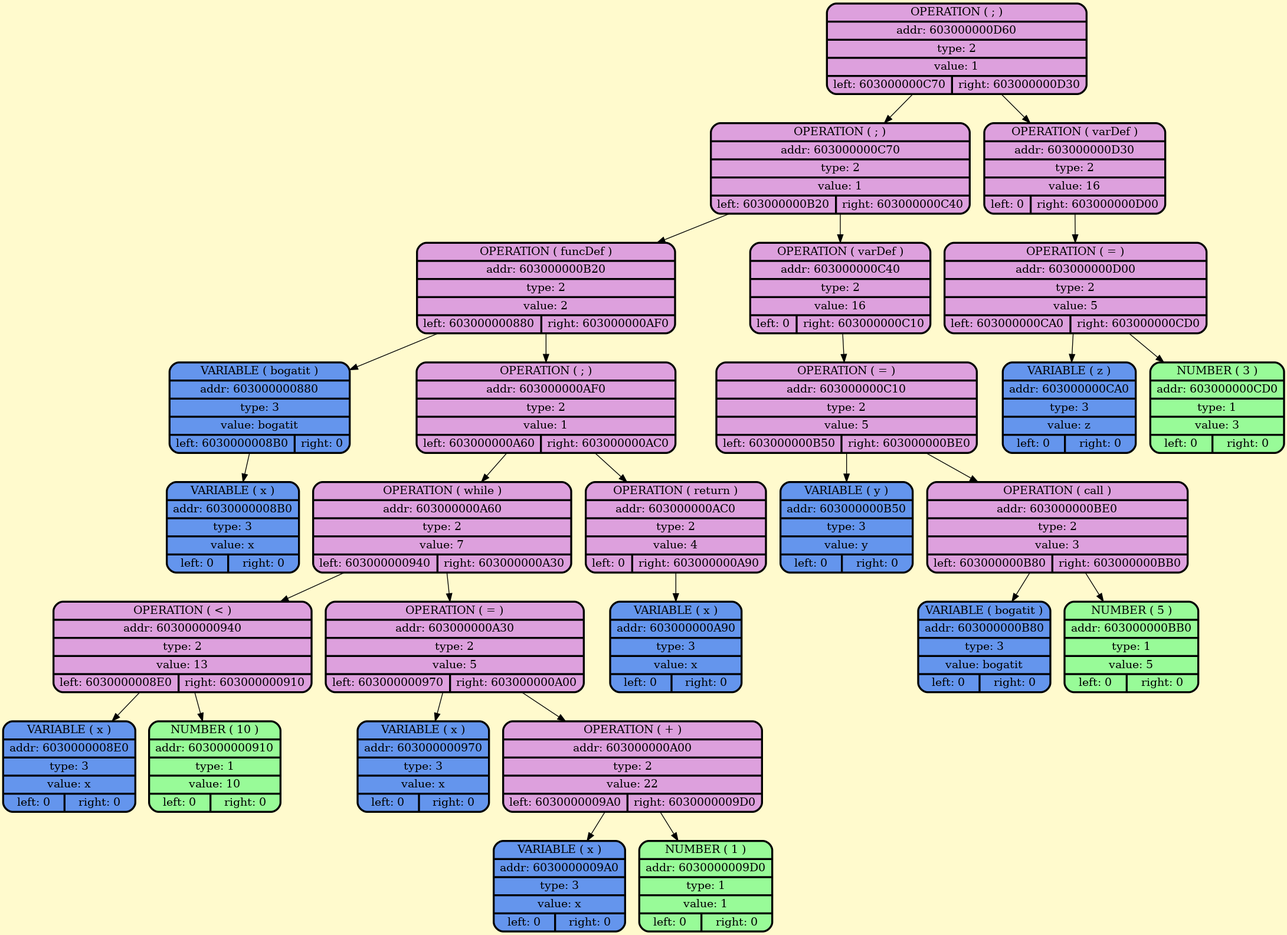
BulgakovDmitry/myLanguage keeps this Graphviz diagram as frontend/graphDump/dumpGraph.png. Above is the earlier version. Its source is kept beside it as frontend/graphDump/dumpGraph.gv. The source it was exported from:
```dot
digraph G {
    node [style=filled, fontcolor=darkblue, fillcolor=peachpuff, color="#252A34", penwidth=2.5];
    bgcolor="lemonchiffon";

node_0x603000000d60 [shape=Mrecord; style = filled; fillcolor=plum; color = "#000000"; fontcolor = "#000000";label=" {OPERATION ( ; ) | addr: 603000000D60 | type: 2 | value: 1 | {left: 603000000C70 | right: 603000000D30}} "];
node_0x603000000c70 [shape=Mrecord; style = filled; fillcolor=plum; color = "#000000"; fontcolor = "#000000";label=" {OPERATION ( ; ) | addr: 603000000C70 | type: 2 | value: 1 | {left: 603000000B20 | right: 603000000C40}} "];
node_0x603000000b20 [shape=Mrecord; style = filled; fillcolor=plum; color = "#000000"; fontcolor = "#000000";label=" {OPERATION ( funcDef ) | addr: 603000000B20 | type: 2 | value: 2 | {left: 603000000880 | right: 603000000AF0}} "];
    node_0x603000000880 [shape=Mrecord; style = filled; fillcolor = cornflowerblue; color = "#000000"; fontcolor = "#000000";  label="  {VARIABLE ( bogatit )| addr: 603000000880 | type: 3| value: bogatit | {left: 6030000008B0 | right: 0}} "];
    node_0x6030000008b0 [shape=Mrecord; style = filled; fillcolor = cornflowerblue; color = "#000000"; fontcolor = "#000000";  label="  {VARIABLE ( x )| addr: 6030000008B0 | type: 3| value: x | {left: 0 | right: 0}} "];
node_0x603000000af0 [shape=Mrecord; style = filled; fillcolor=plum; color = "#000000"; fontcolor = "#000000";label=" {OPERATION ( ; ) | addr: 603000000AF0 | type: 2 | value: 1 | {left: 603000000A60 | right: 603000000AC0}} "];
node_0x603000000a60 [shape=Mrecord; style = filled; fillcolor=plum; color = "#000000"; fontcolor = "#000000";label=" {OPERATION ( while ) | addr: 603000000A60 | type: 2 | value: 7 | {left: 603000000940 | right: 603000000A30}} "];
node_0x603000000940 [shape=Mrecord; style = filled; fillcolor=plum; color = "#000000"; fontcolor = "#000000";label=" {OPERATION ( \< ) | addr: 603000000940 | type: 2 | value: 13 | {left: 6030000008E0 | right: 603000000910}} "];
    node_0x6030000008e0 [shape=Mrecord; style = filled; fillcolor = cornflowerblue; color = "#000000"; fontcolor = "#000000";  label="  {VARIABLE ( x )| addr: 6030000008E0 | type: 3| value: x | {left: 0 | right: 0}} "];
    node_0x603000000910 [shape=Mrecord; style = filled; fillcolor = palegreen; color = "#000000"; fontcolor = "#000000";  label="  {NUMBER ( 10 )| addr: 603000000910 | type: 1| value: 10 | {left: 0 | right: 0}} "];
node_0x603000000a30 [shape=Mrecord; style = filled; fillcolor=plum; color = "#000000"; fontcolor = "#000000";label=" {OPERATION ( = ) | addr: 603000000A30 | type: 2 | value: 5 | {left: 603000000970 | right: 603000000A00}} "];
    node_0x603000000970 [shape=Mrecord; style = filled; fillcolor = cornflowerblue; color = "#000000"; fontcolor = "#000000";  label="  {VARIABLE ( x )| addr: 603000000970 | type: 3| value: x | {left: 0 | right: 0}} "];
node_0x603000000a00 [shape=Mrecord; style = filled; fillcolor=plum; color = "#000000"; fontcolor = "#000000";label=" {OPERATION ( + ) | addr: 603000000A00 | type: 2 | value: 22 | {left: 6030000009A0 | right: 6030000009D0}} "];
    node_0x6030000009a0 [shape=Mrecord; style = filled; fillcolor = cornflowerblue; color = "#000000"; fontcolor = "#000000";  label="  {VARIABLE ( x )| addr: 6030000009A0 | type: 3| value: x | {left: 0 | right: 0}} "];
    node_0x6030000009d0 [shape=Mrecord; style = filled; fillcolor = palegreen; color = "#000000"; fontcolor = "#000000";  label="  {NUMBER ( 1 )| addr: 6030000009D0 | type: 1| value: 1 | {left: 0 | right: 0}} "];
node_0x603000000ac0 [shape=Mrecord; style = filled; fillcolor=plum; color = "#000000"; fontcolor = "#000000";label=" {OPERATION ( return ) | addr: 603000000AC0 | type: 2 | value: 4 | {left: 0 | right: 603000000A90}} "];
    node_0x603000000a90 [shape=Mrecord; style = filled; fillcolor = cornflowerblue; color = "#000000"; fontcolor = "#000000";  label="  {VARIABLE ( x )| addr: 603000000A90 | type: 3| value: x | {left: 0 | right: 0}} "];
node_0x603000000c40 [shape=Mrecord; style = filled; fillcolor=plum; color = "#000000"; fontcolor = "#000000";label=" {OPERATION ( varDef ) | addr: 603000000C40 | type: 2 | value: 16 | {left: 0 | right: 603000000C10}} "];
node_0x603000000c10 [shape=Mrecord; style = filled; fillcolor=plum; color = "#000000"; fontcolor = "#000000";label=" {OPERATION ( = ) | addr: 603000000C10 | type: 2 | value: 5 | {left: 603000000B50 | right: 603000000BE0}} "];
    node_0x603000000b50 [shape=Mrecord; style = filled; fillcolor = cornflowerblue; color = "#000000"; fontcolor = "#000000";  label="  {VARIABLE ( y )| addr: 603000000B50 | type: 3| value: y | {left: 0 | right: 0}} "];
node_0x603000000be0 [shape=Mrecord; style = filled; fillcolor=plum; color = "#000000"; fontcolor = "#000000";label=" {OPERATION ( call ) | addr: 603000000BE0 | type: 2 | value: 3 | {left: 603000000B80 | right: 603000000BB0}} "];
    node_0x603000000b80 [shape=Mrecord; style = filled; fillcolor = cornflowerblue; color = "#000000"; fontcolor = "#000000";  label="  {VARIABLE ( bogatit )| addr: 603000000B80 | type: 3| value: bogatit | {left: 0 | right: 0}} "];
    node_0x603000000bb0 [shape=Mrecord; style = filled; fillcolor = palegreen; color = "#000000"; fontcolor = "#000000";  label="  {NUMBER ( 5 )| addr: 603000000BB0 | type: 1| value: 5 | {left: 0 | right: 0}} "];
node_0x603000000d30 [shape=Mrecord; style = filled; fillcolor=plum; color = "#000000"; fontcolor = "#000000";label=" {OPERATION ( varDef ) | addr: 603000000D30 | type: 2 | value: 16 | {left: 0 | right: 603000000D00}} "];
node_0x603000000d00 [shape=Mrecord; style = filled; fillcolor=plum; color = "#000000"; fontcolor = "#000000";label=" {OPERATION ( = ) | addr: 603000000D00 | type: 2 | value: 5 | {left: 603000000CA0 | right: 603000000CD0}} "];
    node_0x603000000ca0 [shape=Mrecord; style = filled; fillcolor = cornflowerblue; color = "#000000"; fontcolor = "#000000";  label="  {VARIABLE ( z )| addr: 603000000CA0 | type: 3| value: z | {left: 0 | right: 0}} "];
    node_0x603000000cd0 [shape=Mrecord; style = filled; fillcolor = palegreen; color = "#000000"; fontcolor = "#000000";  label="  {NUMBER ( 3 )| addr: 603000000CD0 | type: 1| value: 3 | {left: 0 | right: 0}} "];
    node_0x603000000d60 -> node_0x603000000c70;
    node_0x603000000c70 -> node_0x603000000b20;
    node_0x603000000b20 -> node_0x603000000880;
    node_0x603000000880 -> node_0x6030000008b0;
    node_0x603000000b20 -> node_0x603000000af0;
    node_0x603000000af0 -> node_0x603000000a60;
    node_0x603000000a60 -> node_0x603000000940;
    node_0x603000000940 -> node_0x6030000008e0;
    node_0x603000000940 -> node_0x603000000910;
    node_0x603000000a60 -> node_0x603000000a30;
    node_0x603000000a30 -> node_0x603000000970;
    node_0x603000000a30 -> node_0x603000000a00;
    node_0x603000000a00 -> node_0x6030000009a0;
    node_0x603000000a00 -> node_0x6030000009d0;
    node_0x603000000af0 -> node_0x603000000ac0;
    node_0x603000000ac0 -> node_0x603000000a90;
    node_0x603000000c70 -> node_0x603000000c40;
    node_0x603000000c40 -> node_0x603000000c10;
    node_0x603000000c10 -> node_0x603000000b50;
    node_0x603000000c10 -> node_0x603000000be0;
    node_0x603000000be0 -> node_0x603000000b80;
    node_0x603000000be0 -> node_0x603000000bb0;
    node_0x603000000d60 -> node_0x603000000d30;
    node_0x603000000d30 -> node_0x603000000d00;
    node_0x603000000d00 -> node_0x603000000ca0;
    node_0x603000000d00 -> node_0x603000000cd0;
}
```
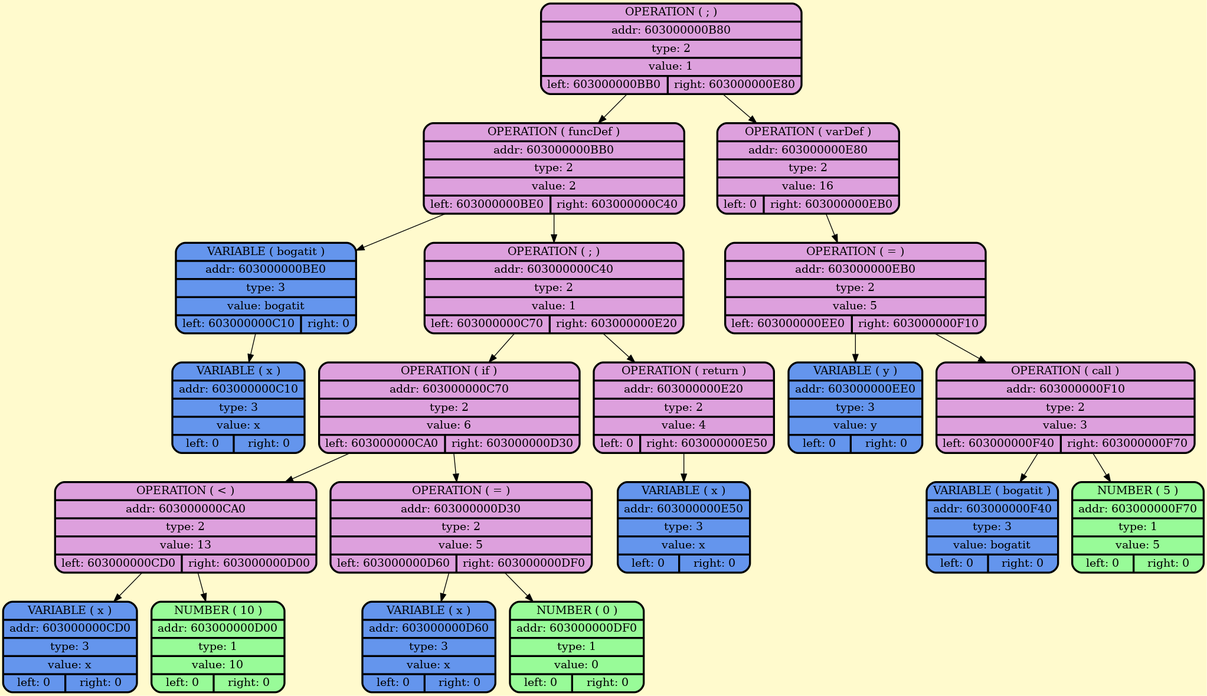
After the change.

Diff of the diagram source:
```diff
@@ -2,57 +2,43 @@
     node [style=filled, fontcolor=darkblue, fillcolor=peachpuff, color="#252A34", penwidth=2.5];
     bgcolor="lemonchiffon";
 
-node_0x603000000d60 [shape=Mrecord; style = filled; fillcolor=plum; color = "#000000"; fontcolor = "#000000";label=" {OPERATION ( ; ) | addr: 603000000D60 | type: 2 | value: 1 | {left: 603000000C70 | right: 603000000D30}} "];
-node_0x603000000c70 [shape=Mrecord; style = filled; fillcolor=plum; color = "#000000"; fontcolor = "#000000";label=" {OPERATION ( ; ) | addr: 603000000C70 | type: 2 | value: 1 | {left: 603000000B20 | right: 603000000C40}} "];
-node_0x603000000b20 [shape=Mrecord; style = filled; fillcolor=plum; color = "#000000"; fontcolor = "#000000";label=" {OPERATION ( funcDef ) | addr: 603000000B20 | type: 2 | value: 2 | {left: 603000000880 | right: 603000000AF0}} "];
-    node_0x603000000880 [shape=Mrecord; style = filled; fillcolor = cornflowerblue; color = "#000000"; fontcolor = "#000000";  label="  {VARIABLE ( bogatit )| addr: 603000000880 | type: 3| value: bogatit | {left: 6030000008B0 | right: 0}} "];
-    node_0x6030000008b0 [shape=Mrecord; style = filled; fillcolor = cornflowerblue; color = "#000000"; fontcolor = "#000000";  label="  {VARIABLE ( x )| addr: 6030000008B0 | type: 3| value: x | {left: 0 | right: 0}} "];
-node_0x603000000af0 [shape=Mrecord; style = filled; fillcolor=plum; color = "#000000"; fontcolor = "#000000";label=" {OPERATION ( ; ) | addr: 603000000AF0 | type: 2 | value: 1 | {left: 603000000A60 | right: 603000000AC0}} "];
-node_0x603000000a60 [shape=Mrecord; style = filled; fillcolor=plum; color = "#000000"; fontcolor = "#000000";label=" {OPERATION ( while ) | addr: 603000000A60 | type: 2 | value: 7 | {left: 603000000940 | right: 603000000A30}} "];
-node_0x603000000940 [shape=Mrecord; style = filled; fillcolor=plum; color = "#000000"; fontcolor = "#000000";label=" {OPERATION ( \< ) | addr: 603000000940 | type: 2 | value: 13 | {left: 6030000008E0 | right: 603000000910}} "];
-    node_0x6030000008e0 [shape=Mrecord; style = filled; fillcolor = cornflowerblue; color = "#000000"; fontcolor = "#000000";  label="  {VARIABLE ( x )| addr: 6030000008E0 | type: 3| value: x | {left: 0 | right: 0}} "];
-    node_0x603000000910 [shape=Mrecord; style = filled; fillcolor = palegreen; color = "#000000"; fontcolor = "#000000";  label="  {NUMBER ( 10 )| addr: 603000000910 | type: 1| value: 10 | {left: 0 | right: 0}} "];
-node_0x603000000a30 [shape=Mrecord; style = filled; fillcolor=plum; color = "#000000"; fontcolor = "#000000";label=" {OPERATION ( = ) | addr: 603000000A30 | type: 2 | value: 5 | {left: 603000000970 | right: 603000000A00}} "];
-    node_0x603000000970 [shape=Mrecord; style = filled; fillcolor = cornflowerblue; color = "#000000"; fontcolor = "#000000";  label="  {VARIABLE ( x )| addr: 603000000970 | type: 3| value: x | {left: 0 | right: 0}} "];
-node_0x603000000a00 [shape=Mrecord; style = filled; fillcolor=plum; color = "#000000"; fontcolor = "#000000";label=" {OPERATION ( + ) | addr: 603000000A00 | type: 2 | value: 22 | {left: 6030000009A0 | right: 6030000009D0}} "];
-    node_0x6030000009a0 [shape=Mrecord; style = filled; fillcolor = cornflowerblue; color = "#000000"; fontcolor = "#000000";  label="  {VARIABLE ( x )| addr: 6030000009A0 | type: 3| value: x | {left: 0 | right: 0}} "];
-    node_0x6030000009d0 [shape=Mrecord; style = filled; fillcolor = palegreen; color = "#000000"; fontcolor = "#000000";  label="  {NUMBER ( 1 )| addr: 6030000009D0 | type: 1| value: 1 | {left: 0 | right: 0}} "];
-node_0x603000000ac0 [shape=Mrecord; style = filled; fillcolor=plum; color = "#000000"; fontcolor = "#000000";label=" {OPERATION ( return ) | addr: 603000000AC0 | type: 2 | value: 4 | {left: 0 | right: 603000000A90}} "];
-    node_0x603000000a90 [shape=Mrecord; style = filled; fillcolor = cornflowerblue; color = "#000000"; fontcolor = "#000000";  label="  {VARIABLE ( x )| addr: 603000000A90 | type: 3| value: x | {left: 0 | right: 0}} "];
-node_0x603000000c40 [shape=Mrecord; style = filled; fillcolor=plum; color = "#000000"; fontcolor = "#000000";label=" {OPERATION ( varDef ) | addr: 603000000C40 | type: 2 | value: 16 | {left: 0 | right: 603000000C10}} "];
-node_0x603000000c10 [shape=Mrecord; style = filled; fillcolor=plum; color = "#000000"; fontcolor = "#000000";label=" {OPERATION ( = ) | addr: 603000000C10 | type: 2 | value: 5 | {left: 603000000B50 | right: 603000000BE0}} "];
-    node_0x603000000b50 [shape=Mrecord; style = filled; fillcolor = cornflowerblue; color = "#000000"; fontcolor = "#000000";  label="  {VARIABLE ( y )| addr: 603000000B50 | type: 3| value: y | {left: 0 | right: 0}} "];
-node_0x603000000be0 [shape=Mrecord; style = filled; fillcolor=plum; color = "#000000"; fontcolor = "#000000";label=" {OPERATION ( call ) | addr: 603000000BE0 | type: 2 | value: 3 | {left: 603000000B80 | right: 603000000BB0}} "];
-    node_0x603000000b80 [shape=Mrecord; style = filled; fillcolor = cornflowerblue; color = "#000000"; fontcolor = "#000000";  label="  {VARIABLE ( bogatit )| addr: 603000000B80 | type: 3| value: bogatit | {left: 0 | right: 0}} "];
-    node_0x603000000bb0 [shape=Mrecord; style = filled; fillcolor = palegreen; color = "#000000"; fontcolor = "#000000";  label="  {NUMBER ( 5 )| addr: 603000000BB0 | type: 1| value: 5 | {left: 0 | right: 0}} "];
-node_0x603000000d30 [shape=Mrecord; style = filled; fillcolor=plum; color = "#000000"; fontcolor = "#000000";label=" {OPERATION ( varDef ) | addr: 603000000D30 | type: 2 | value: 16 | {left: 0 | right: 603000000D00}} "];
-node_0x603000000d00 [shape=Mrecord; style = filled; fillcolor=plum; color = "#000000"; fontcolor = "#000000";label=" {OPERATION ( = ) | addr: 603000000D00 | type: 2 | value: 5 | {left: 603000000CA0 | right: 603000000CD0}} "];
-    node_0x603000000ca0 [shape=Mrecord; style = filled; fillcolor = cornflowerblue; color = "#000000"; fontcolor = "#000000";  label="  {VARIABLE ( z )| addr: 603000000CA0 | type: 3| value: z | {left: 0 | right: 0}} "];
-    node_0x603000000cd0 [shape=Mrecord; style = filled; fillcolor = palegreen; color = "#000000"; fontcolor = "#000000";  label="  {NUMBER ( 3 )| addr: 603000000CD0 | type: 1| value: 3 | {left: 0 | right: 0}} "];
-    node_0x603000000d60 -> node_0x603000000c70;
-    node_0x603000000c70 -> node_0x603000000b20;
-    node_0x603000000b20 -> node_0x603000000880;
-    node_0x603000000880 -> node_0x6030000008b0;
-    node_0x603000000b20 -> node_0x603000000af0;
-    node_0x603000000af0 -> node_0x603000000a60;
-    node_0x603000000a60 -> node_0x603000000940;
-    node_0x603000000940 -> node_0x6030000008e0;
-    node_0x603000000940 -> node_0x603000000910;
-    node_0x603000000a60 -> node_0x603000000a30;
-    node_0x603000000a30 -> node_0x603000000970;
-    node_0x603000000a30 -> node_0x603000000a00;
-    node_0x603000000a00 -> node_0x6030000009a0;
-    node_0x603000000a00 -> node_0x6030000009d0;
-    node_0x603000000af0 -> node_0x603000000ac0;
-    node_0x603000000ac0 -> node_0x603000000a90;
-    node_0x603000000c70 -> node_0x603000000c40;
-    node_0x603000000c40 -> node_0x603000000c10;
-    node_0x603000000c10 -> node_0x603000000b50;
-    node_0x603000000c10 -> node_0x603000000be0;
-    node_0x603000000be0 -> node_0x603000000b80;
-    node_0x603000000be0 -> node_0x603000000bb0;
-    node_0x603000000d60 -> node_0x603000000d30;
-    node_0x603000000d30 -> node_0x603000000d00;
-    node_0x603000000d00 -> node_0x603000000ca0;
-    node_0x603000000d00 -> node_0x603000000cd0;
+node_0x603000000b80 [shape=Mrecord; style = filled; fillcolor=plum; color = "#000000"; fontcolor = "#000000";label=" {OPERATION ( ; ) | addr: 603000000B80 | type: 2 | value: 1 | {left: 603000000BB0 | right: 603000000E80}} "];
+node_0x603000000bb0 [shape=Mrecord; style = filled; fillcolor=plum; color = "#000000"; fontcolor = "#000000";label=" {OPERATION ( funcDef ) | addr: 603000000BB0 | type: 2 | value: 2 | {left: 603000000BE0 | right: 603000000C40}} "];
+    node_0x603000000be0 [shape=Mrecord; style = filled; fillcolor = cornflowerblue; color = "#000000"; fontcolor = "#000000";  label="  {VARIABLE ( bogatit )| addr: 603000000BE0 | type: 3| value: bogatit | {left: 603000000C10 | right: 0}} "];
+    node_0x603000000c10 [shape=Mrecord; style = filled; fillcolor = cornflowerblue; color = "#000000"; fontcolor = "#000000";  label="  {VARIABLE ( x )| addr: 603000000C10 | type: 3| value: x | {left: 0 | right: 0}} "];
+node_0x603000000c40 [shape=Mrecord; style = filled; fillcolor=plum; color = "#000000"; fontcolor = "#000000";label=" {OPERATION ( ; ) | addr: 603000000C40 | type: 2 | value: 1 | {left: 603000000C70 | right: 603000000E20}} "];
+node_0x603000000c70 [shape=Mrecord; style = filled; fillcolor=plum; color = "#000000"; fontcolor = "#000000";label=" {OPERATION ( if ) | addr: 603000000C70 | type: 2 | value: 6 | {left: 603000000CA0 | right: 603000000D30}} "];
+node_0x603000000ca0 [shape=Mrecord; style = filled; fillcolor=plum; color = "#000000"; fontcolor = "#000000";label=" {OPERATION ( \< ) | addr: 603000000CA0 | type: 2 | value: 13 | {left: 603000000CD0 | right: 603000000D00}} "];
+    node_0x603000000cd0 [shape=Mrecord; style = filled; fillcolor = cornflowerblue; color = "#000000"; fontcolor = "#000000";  label="  {VARIABLE ( x )| addr: 603000000CD0 | type: 3| value: x | {left: 0 | right: 0}} "];
+    node_0x603000000d00 [shape=Mrecord; style = filled; fillcolor = palegreen; color = "#000000"; fontcolor = "#000000";  label="  {NUMBER ( 10 )| addr: 603000000D00 | type: 1| value: 10 | {left: 0 | right: 0}} "];
+node_0x603000000d30 [shape=Mrecord; style = filled; fillcolor=plum; color = "#000000"; fontcolor = "#000000";label=" {OPERATION ( = ) | addr: 603000000D30 | type: 2 | value: 5 | {left: 603000000D60 | right: 603000000DF0}} "];
+    node_0x603000000d60 [shape=Mrecord; style = filled; fillcolor = cornflowerblue; color = "#000000"; fontcolor = "#000000";  label="  {VARIABLE ( x )| addr: 603000000D60 | type: 3| value: x | {left: 0 | right: 0}} "];
+    node_0x603000000df0 [shape=Mrecord; style = filled; fillcolor = palegreen; color = "#000000"; fontcolor = "#000000";  label="  {NUMBER ( 0 )| addr: 603000000DF0 | type: 1| value: 0 | {left: 0 | right: 0}} "];
+node_0x603000000e20 [shape=Mrecord; style = filled; fillcolor=plum; color = "#000000"; fontcolor = "#000000";label=" {OPERATION ( return ) | addr: 603000000E20 | type: 2 | value: 4 | {left: 0 | right: 603000000E50}} "];
+    node_0x603000000e50 [shape=Mrecord; style = filled; fillcolor = cornflowerblue; color = "#000000"; fontcolor = "#000000";  label="  {VARIABLE ( x )| addr: 603000000E50 | type: 3| value: x | {left: 0 | right: 0}} "];
+node_0x603000000e80 [shape=Mrecord; style = filled; fillcolor=plum; color = "#000000"; fontcolor = "#000000";label=" {OPERATION ( varDef ) | addr: 603000000E80 | type: 2 | value: 16 | {left: 0 | right: 603000000EB0}} "];
+node_0x603000000eb0 [shape=Mrecord; style = filled; fillcolor=plum; color = "#000000"; fontcolor = "#000000";label=" {OPERATION ( = ) | addr: 603000000EB0 | type: 2 | value: 5 | {left: 603000000EE0 | right: 603000000F10}} "];
+    node_0x603000000ee0 [shape=Mrecord; style = filled; fillcolor = cornflowerblue; color = "#000000"; fontcolor = "#000000";  label="  {VARIABLE ( y )| addr: 603000000EE0 | type: 3| value: y | {left: 0 | right: 0}} "];
+node_0x603000000f10 [shape=Mrecord; style = filled; fillcolor=plum; color = "#000000"; fontcolor = "#000000";label=" {OPERATION ( call ) | addr: 603000000F10 | type: 2 | value: 3 | {left: 603000000F40 | right: 603000000F70}} "];
+    node_0x603000000f40 [shape=Mrecord; style = filled; fillcolor = cornflowerblue; color = "#000000"; fontcolor = "#000000";  label="  {VARIABLE ( bogatit )| addr: 603000000F40 | type: 3| value: bogatit | {left: 0 | right: 0}} "];
+    node_0x603000000f70 [shape=Mrecord; style = filled; fillcolor = palegreen; color = "#000000"; fontcolor = "#000000";  label="  {NUMBER ( 5 )| addr: 603000000F70 | type: 1| value: 5 | {left: 0 | right: 0}} "];
+    node_0x603000000b80 -> node_0x603000000bb0;
+    node_0x603000000bb0 -> node_0x603000000be0;
+    node_0x603000000be0 -> node_0x603000000c10;
+    node_0x603000000bb0 -> node_0x603000000c40;
+    node_0x603000000c40 -> node_0x603000000c70;
+    node_0x603000000c70 -> node_0x603000000ca0;
+    node_0x603000000ca0 -> node_0x603000000cd0;
+    node_0x603000000ca0 -> node_0x603000000d00;
+    node_0x603000000c70 -> node_0x603000000d30;
+    node_0x603000000d30 -> node_0x603000000d60;
+    node_0x603000000d30 -> node_0x603000000df0;
+    node_0x603000000c40 -> node_0x603000000e20;
+    node_0x603000000e20 -> node_0x603000000e50;
+    node_0x603000000b80 -> node_0x603000000e80;
+    node_0x603000000e80 -> node_0x603000000eb0;
+    node_0x603000000eb0 -> node_0x603000000ee0;
+    node_0x603000000eb0 -> node_0x603000000f10;
+    node_0x603000000f10 -> node_0x603000000f40;
+    node_0x603000000f10 -> node_0x603000000f70;
 }
```
